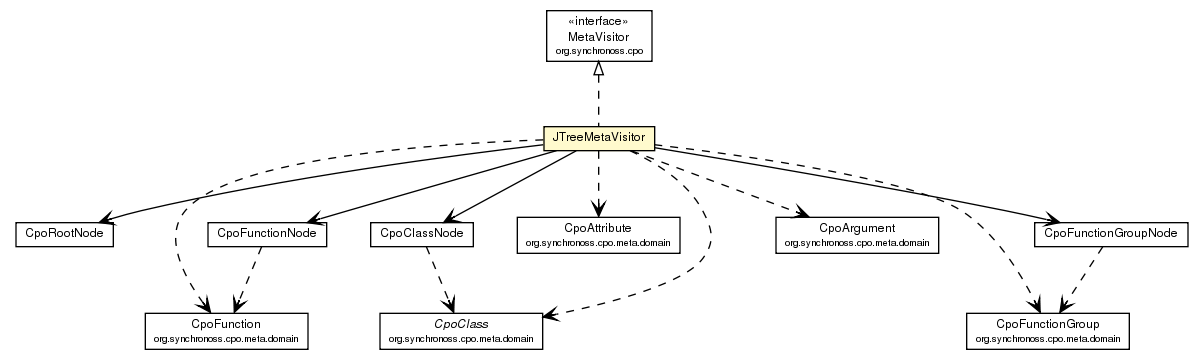
synchronoss/cpo-util keeps this Graphviz diagram as site/apidocs/org/synchronoss/cpo/util/JTreeMetaVisitor.png. Above is the earlier version. Its source is kept beside it as site/apidocs/org/synchronoss/cpo/util/JTreeMetaVisitor.dot.
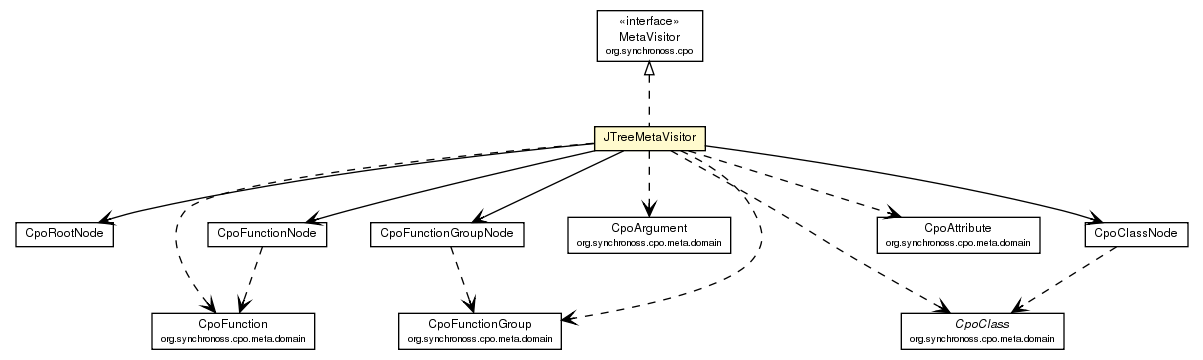
After the commit.

Diff of the diagram source:
```diff
@@ -34,25 +34,25 @@
 	c1707:p -> c1721:p [taillabel="", label="", headlabel="", fontname="Helvetica", fontcolor="black", fontsize=10.0, color="black", arrowhead=open];
 	c1707:p -> c1765:p [taillabel="", label="", headlabel="", fontname="Helvetica", fontcolor="black", fontsize=10.0, color="black", arrowhead=open, style=dashed];
 	c1707:p -> c1766:p [taillabel="", label="", headlabel="", fontname="Helvetica", fontcolor="black", fontsize=10.0, color="black", arrowhead=open, style=dashed];
-	c1707:p -> c1767:p [taillabel="", label="", headlabel="", fontname="Helvetica", fontcolor="black", fontsize=10.0, color="black", arrowhead=open, style=dashed];
+	c1707:p -> c1768:p [taillabel="", label="", headlabel="", fontname="Helvetica", fontcolor="black", fontsize=10.0, color="black", arrowhead=open, style=dashed];
 	c1707:p -> c1769:p [taillabel="", label="", headlabel="", fontname="Helvetica", fontcolor="black", fontsize=10.0, color="black", arrowhead=open, style=dashed];
 	c1707:p -> c1770:p [taillabel="", label="", headlabel="", fontname="Helvetica", fontcolor="black", fontsize=10.0, color="black", arrowhead=open, style=dashed];
 	c1721:p -> c1766:p [taillabel="", label="", headlabel="", fontname="Helvetica", fontcolor="black", fontsize=10.0, color="black", arrowhead=open, style=dashed];
 	c1723:p -> c1770:p [taillabel="", label="", headlabel="", fontname="Helvetica", fontcolor="black", fontsize=10.0, color="black", arrowhead=open, style=dashed];
-	c1728:p -> c1769:p [taillabel="", label="", headlabel="", fontname="Helvetica", fontcolor="black", fontsize=10.0, color="black", arrowhead=open, style=dashed];
+	c1728:p -> c1768:p [taillabel="", label="", headlabel="", fontname="Helvetica", fontcolor="black", fontsize=10.0, color="black", arrowhead=open, style=dashed];
 	c1770 [label=<<table border="0" cellborder="1" cellspacing="0" cellpadding="2" port="p" href="http://java.sun.com/j2se/1.4.2/docs/api/org/synchronoss/cpo/meta/domain/CpoClass.html">
 		<tr><td><table border="0" cellspacing="0" cellpadding="1">
 			<tr><td><font face="Helvetica-Oblique"> CpoClass </font></td></tr>
 			<tr><td><font point-size="7.0"> org.synchronoss.cpo.meta.domain </font></td></tr>
 		</table></td></tr>
 		</table>>, fontname="Helvetica", fontcolor="black", fontsize=9.0];
-	c1767 [label=<<table border="0" cellborder="1" cellspacing="0" cellpadding="2" port="p" href="http://java.sun.com/j2se/1.4.2/docs/api/org/synchronoss/cpo/meta/domain/CpoArgument.html">
+	c1765 [label=<<table border="0" cellborder="1" cellspacing="0" cellpadding="2" port="p" href="http://java.sun.com/j2se/1.4.2/docs/api/org/synchronoss/cpo/meta/domain/CpoArgument.html">
 		<tr><td><table border="0" cellspacing="0" cellpadding="1">
 			<tr><td> CpoArgument </td></tr>
 			<tr><td><font point-size="7.0"> org.synchronoss.cpo.meta.domain </font></td></tr>
 		</table></td></tr>
 		</table>>, fontname="Helvetica", fontcolor="black", fontsize=9.0];
-	c1765 [label=<<table border="0" cellborder="1" cellspacing="0" cellpadding="2" port="p" href="http://java.sun.com/j2se/1.4.2/docs/api/org/synchronoss/cpo/meta/domain/CpoAttribute.html">
+	c1769 [label=<<table border="0" cellborder="1" cellspacing="0" cellpadding="2" port="p" href="http://java.sun.com/j2se/1.4.2/docs/api/org/synchronoss/cpo/meta/domain/CpoAttribute.html">
 		<tr><td><table border="0" cellspacing="0" cellpadding="1">
 			<tr><td> CpoAttribute </td></tr>
 			<tr><td><font point-size="7.0"> org.synchronoss.cpo.meta.domain </font></td></tr>
@@ -64,7 +64,7 @@
 			<tr><td><font point-size="7.0"> org.synchronoss.cpo.meta.domain </font></td></tr>
 		</table></td></tr>
 		</table>>, fontname="Helvetica", fontcolor="black", fontsize=9.0];
-	c1769 [label=<<table border="0" cellborder="1" cellspacing="0" cellpadding="2" port="p" href="http://java.sun.com/j2se/1.4.2/docs/api/org/synchronoss/cpo/meta/domain/CpoFunctionGroup.html">
+	c1768 [label=<<table border="0" cellborder="1" cellspacing="0" cellpadding="2" port="p" href="http://java.sun.com/j2se/1.4.2/docs/api/org/synchronoss/cpo/meta/domain/CpoFunctionGroup.html">
 		<tr><td><table border="0" cellspacing="0" cellpadding="1">
 			<tr><td> CpoFunctionGroup </td></tr>
 			<tr><td><font point-size="7.0"> org.synchronoss.cpo.meta.domain </font></td></tr>
```
